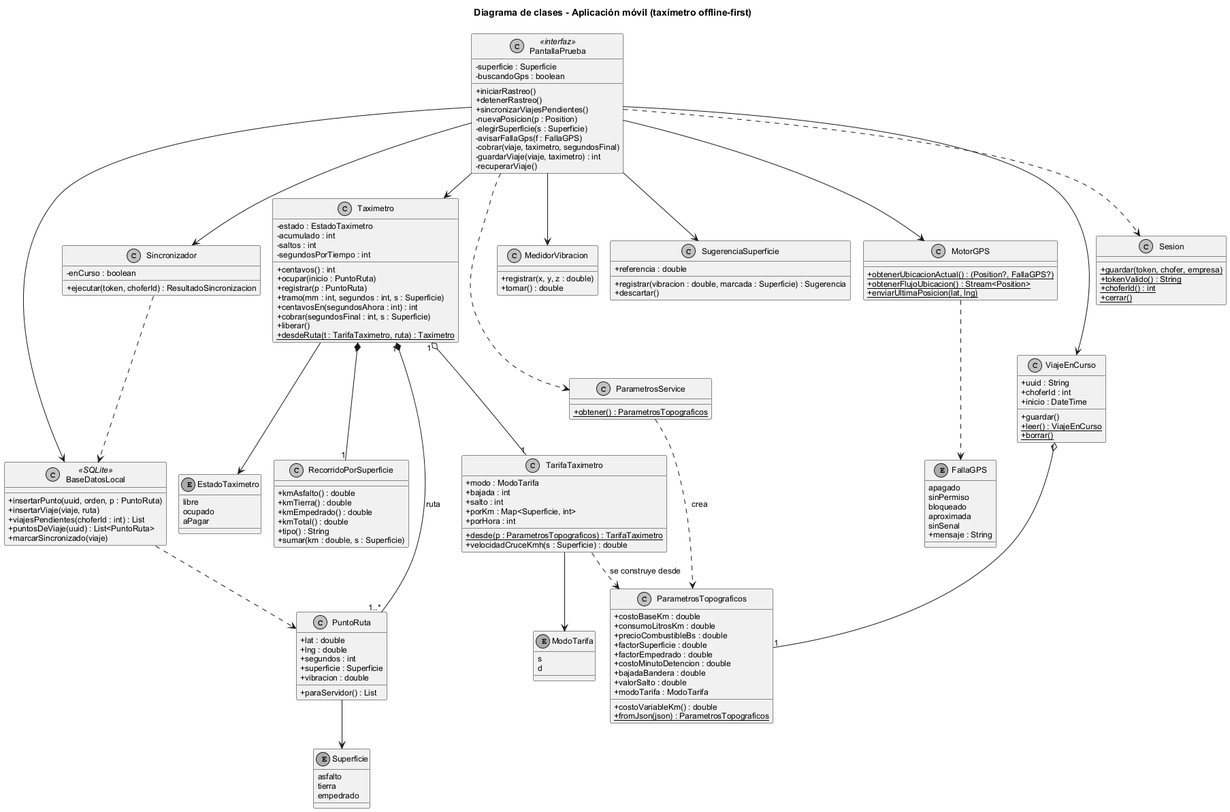
BenjexDtz/pulpos-taxis keeps this PlantUML diagram as diseno/uml/clases02_app.png. Above is the earlier version.
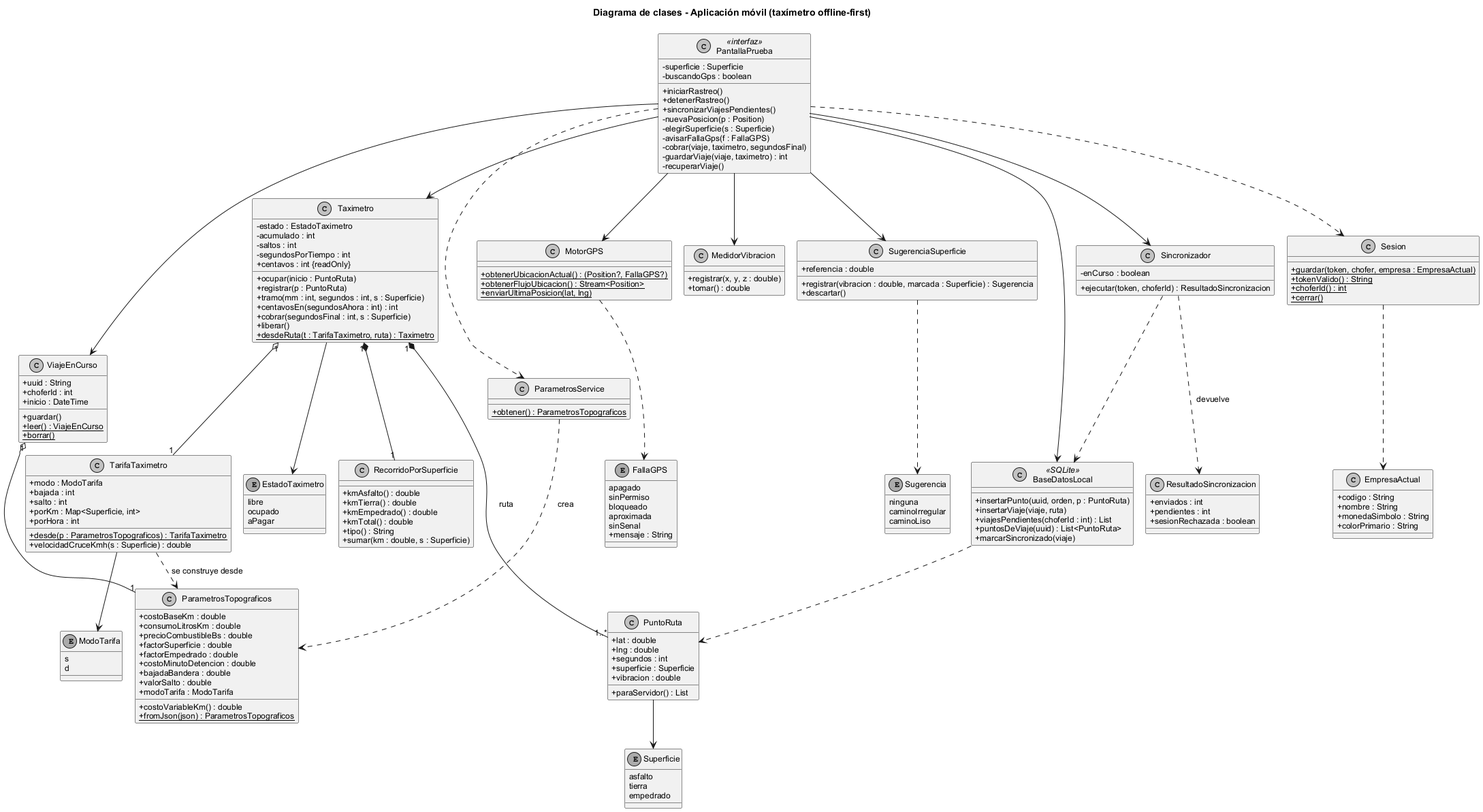
After the commit.

Commit message:
Corregir los diagramas de casos de uso, clases y secuencia según el código

What changed in the source:
```diff
@@ -18,6 +18,12 @@
 enum ModoTarifa {
   s
   d
+}
+
+enum Sugerencia {
+  ninguna
+  caminoIrregular
+  caminoLiso
 }
 
 enum FallaGPS {
@@ -76,7 +82,7 @@
   - acumulado : int
   - saltos : int
   - segundosPorTiempo : int
-  + centavos() : int
+  + centavos : int {readOnly}
   + ocupar(inicio : PuntoRuta)
   + registrar(p : PuntoRuta)
   + tramo(mm : int, segundos : int, s : Superficie)
@@ -138,13 +144,26 @@
   + marcarSincronizado(viaje)
 }
 
+class ResultadoSincronizacion {
+  + enviados : int
+  + pendientes : int
+  + sesionRechazada : boolean
+}
+
 class Sincronizador {
   - enCurso : boolean
   + ejecutar(token, choferId) : ResultadoSincronizacion
 }
 
+class EmpresaActual {
+  + codigo : String
+  + nombre : String
+  + monedaSimbolo : String
+  + colorPrimario : String
+}
+
 class Sesion {
-  + {static} guardar(token, chofer, empresa)
+  + {static} guardar(token, chofer, empresa : EmpresaActual)
   + {static} tokenValido() : String
   + {static} choferId() : int
   + {static} cerrar()
@@ -172,4 +191,7 @@
 PuntoRuta --> Superficie
 TarifaTaximetro --> ModoTarifa
 MotorGPS ..> FallaGPS
+SugerenciaSuperficie ..> Sugerencia
+Sincronizador ..> ResultadoSincronizacion : devuelve
+Sesion ..> EmpresaActual
 @enduml
```
